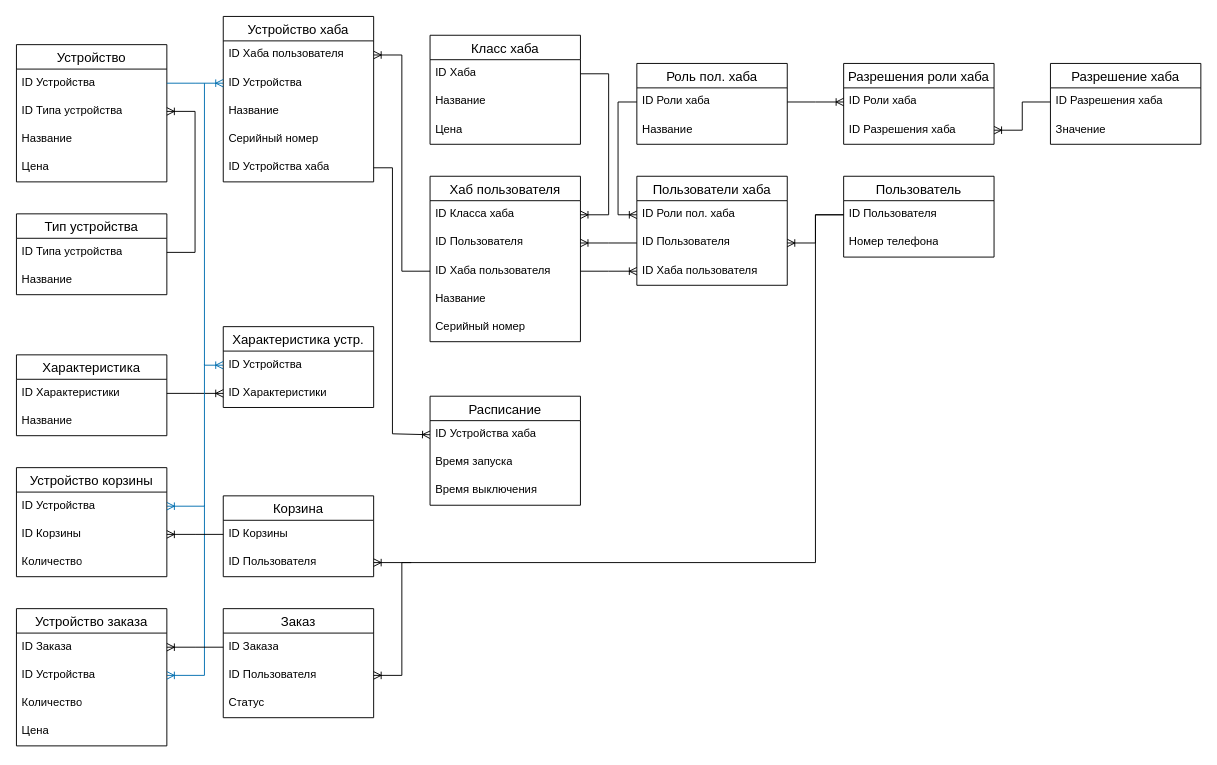
Before: systems-engineering/er-diagram.drawio in mkstas/LearningVyatSu, a draw.io diagram. Source tidied: cells renumbered, new cells numbered last; positions are measured from the earlier drawing's top-left corner, leaving out a move shared by most shapes. Both pictures are drawn from the tidied source at 94%, with x=0, y=0 at pixel (16, 16).
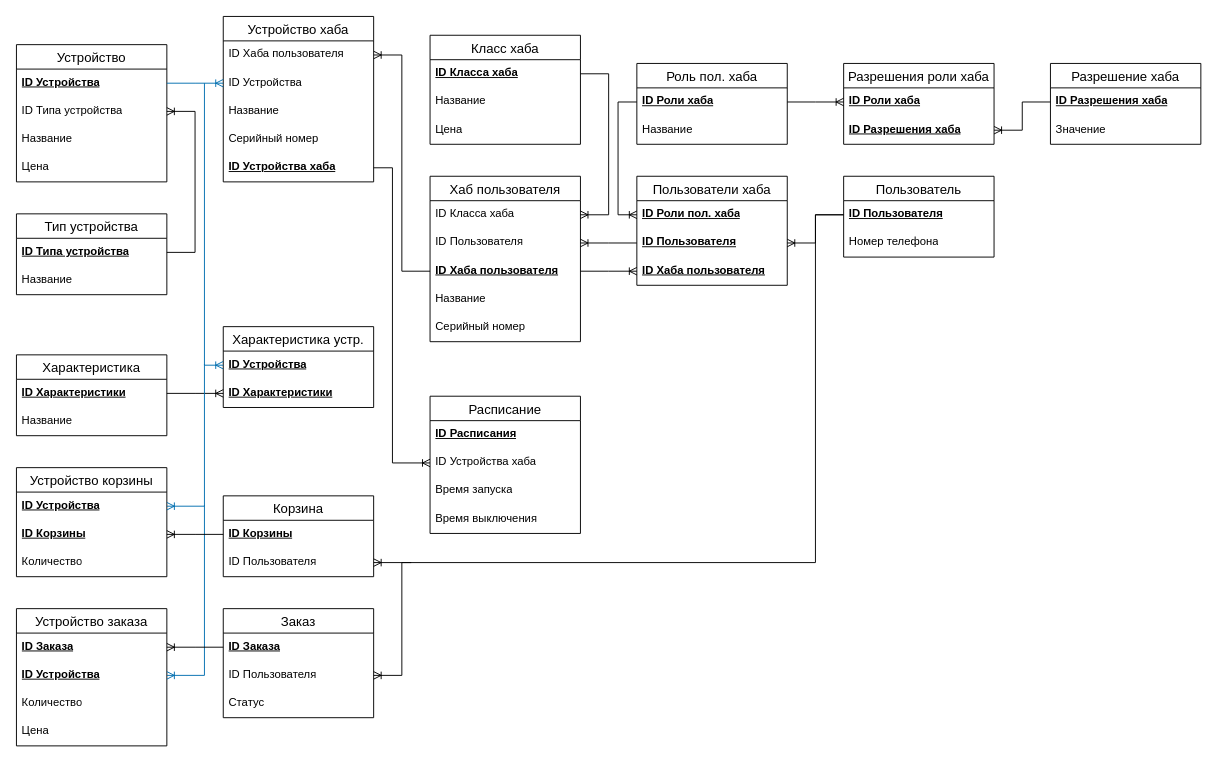
Above is the later version.

The change refers to these unchanged cells:
```xml
<mxCell id="2" value="Тип устройства" style="swimlane;fontStyle=0;horizontal=1;startSize=26;align=center;fontSize=14;" parent="1" vertex="1">
  <mxGeometry y="210" width="160" height="86" as="geometry" />
</mxCell>
<mxCell id="5" value="Устройство" style="swimlane;fontStyle=0;horizontal=1;startSize=26;align=center;fontSize=14;" parent="1" vertex="1">
  <mxGeometry y="30" width="160" height="146" as="geometry" />
</mxCell>
<mxCell id="10" value="Класс хаба" style="swimlane;fontStyle=0;horizontal=1;startSize=26;align=center;fontSize=14;" parent="1" vertex="1">
  <mxGeometry x="440" y="20" width="160" height="116" as="geometry" />
</mxCell>
<mxCell id="14" value="Устройство хаба" style="swimlane;fontStyle=0;horizontal=1;startSize=26;align=center;fontSize=14;" parent="1" vertex="1">
  <mxGeometry x="220" width="160" height="176" as="geometry" />
</mxCell>
<mxCell id="20" value="Пользователь" style="swimlane;fontStyle=0;horizontal=1;startSize=26;align=center;fontSize=14;" parent="1" vertex="1">
  <mxGeometry x="880" y="170" width="160" height="86" as="geometry" />
</mxCell>
<mxCell id="23" value="Хаб пользователя" style="swimlane;fontStyle=0;horizontal=1;startSize=26;align=center;fontSize=14;" parent="1" vertex="1">
  <mxGeometry x="440" y="170" width="160" height="176" as="geometry" />
</mxCell>
<mxCell id="32" value="Пользователи хаба" style="swimlane;fontStyle=0;horizontal=1;startSize=26;align=center;fontSize=14;" parent="1" vertex="1">
  <mxGeometry x="660" y="170" width="160" height="116" as="geometry" />
</mxCell>
<mxCell id="36" value="Роль пол. хаба" style="swimlane;fontStyle=0;horizontal=1;startSize=26;align=center;fontSize=14;" parent="1" vertex="1">
  <mxGeometry x="660" y="50" width="160" height="86" as="geometry" />
</mxCell>
<mxCell id="41" value="Разрешение хаба" style="swimlane;fontStyle=0;horizontal=1;startSize=26;align=center;fontSize=14;" parent="1" vertex="1">
  <mxGeometry x="1100" y="50" width="160" height="86" as="geometry" />
</mxCell>
<mxCell id="44" value="Разрешения роли хаба" style="swimlane;fontStyle=0;horizontal=1;startSize=26;align=center;fontSize=14;" parent="1" vertex="1">
  <mxGeometry x="880" y="50" width="160" height="86" as="geometry" />
</mxCell>
<mxCell id="49" value="Характеристика" style="swimlane;fontStyle=0;horizontal=1;startSize=26;align=center;fontSize=14;" parent="1" vertex="1">
  <mxGeometry y="360" width="160" height="86" as="geometry" />
</mxCell>
<mxCell id="52" value="Характеристика устр." style="swimlane;fontStyle=0;horizontal=1;startSize=26;align=center;fontSize=14;" parent="1" vertex="1">
  <mxGeometry x="220" y="330" width="160" height="86" as="geometry" />
</mxCell>
<mxCell id="63" value="Устройство корзины" style="swimlane;fontStyle=0;horizontal=1;startSize=26;align=center;fontSize=14;" parent="1" vertex="1">
  <mxGeometry y="480" width="160" height="116" as="geometry" />
</mxCell>
<mxCell id="67" value="Корзина" style="swimlane;fontStyle=0;horizontal=1;startSize=26;align=center;fontSize=14;" parent="1" vertex="1">
  <mxGeometry x="220" y="510" width="160" height="86" as="geometry" />
</mxCell>
<mxCell id="71" value="Устройство заказа" style="swimlane;fontStyle=0;horizontal=1;startSize=26;align=center;fontSize=14;" parent="1" vertex="1">
  <mxGeometry y="630" width="160" height="146" as="geometry" />
</mxCell>
<mxCell id="77" value="Заказ" style="swimlane;fontStyle=0;horizontal=1;startSize=26;align=center;fontSize=14;" parent="1" vertex="1">
  <mxGeometry x="220" y="630" width="160" height="116" as="geometry" />
</mxCell>
```

Diff of the diagram source:
```diff
@@
-    <mxCell id="3" value="ID Типа устройства" style="text;strokeColor=none;fillColor=none;spacingLeft=4;spacingRight=4;overflow=hidden;points=[[0,0.5],[1,0.5]];portConstraint=eastwest;fontSize=12;whiteSpace=wrap;html=1;" parent="2" vertex="1">
+    <mxCell id="3" value="ID Типа устройства" style="text;strokeColor=none;fillColor=none;spacingLeft=4;spacingRight=4;overflow=hidden;points=[[0,0.5],[1,0.5]];portConstraint=eastwest;fontSize=12;whiteSpace=wrap;html=1;fontStyle=5;" parent="2" vertex="1">
       <mxGeometry y="26" width="160" height="30" as="geometry" />
     </mxCell>
@@
-    <mxCell id="6" value="ID Устройства" style="text;strokeColor=none;fillColor=none;spacingLeft=4;spacingRight=4;overflow=hidden;points=[[0,0.5],[1,0.5]];portConstraint=eastwest;fontSize=12;whiteSpace=wrap;html=1;" parent="5" vertex="1">
+    <mxCell id="6" value="ID Устройства" style="text;strokeColor=none;fillColor=none;spacingLeft=4;spacingRight=4;overflow=hidden;points=[[0,0.5],[1,0.5]];portConstraint=eastwest;fontSize=12;whiteSpace=wrap;html=1;fontStyle=5;" parent="5" vertex="1">
       <mxGeometry y="26" width="160" height="30" as="geometry" />
     </mxCell>
@@
-    <mxCell id="11" value="ID Хаба" style="text;strokeColor=none;fillColor=none;spacingLeft=4;spacingRight=4;overflow=hidden;points=[[0,0.5],[1,0.5]];portConstraint=eastwest;fontSize=12;whiteSpace=wrap;html=1;" parent="10" vertex="1">
+    <mxCell id="11" value="ID Класса хаба" style="text;strokeColor=none;fillColor=none;spacingLeft=4;spacingRight=4;overflow=hidden;points=[[0,0.5],[1,0.5]];portConstraint=eastwest;fontSize=12;whiteSpace=wrap;html=1;fontStyle=5;" parent="10" vertex="1">
       <mxGeometry y="26" width="160" height="30" as="geometry" />
     </mxCell>
@@
-    <mxCell id="19" value="ID Устройства хаба" style="text;strokeColor=none;fillColor=none;spacingLeft=4;spacingRight=4;overflow=hidden;points=[[0,0.5],[1,0.5]];portConstraint=eastwest;fontSize=12;whiteSpace=wrap;html=1;" parent="14" vertex="1">
+    <mxCell id="19" value="ID Устройства хаба" style="text;strokeColor=none;fillColor=none;spacingLeft=4;spacingRight=4;overflow=hidden;points=[[0,0.5],[1,0.5]];portConstraint=eastwest;fontSize=12;whiteSpace=wrap;html=1;fontStyle=5;" parent="14" vertex="1">
       <mxGeometry y="146" width="160" height="30" as="geometry" />
     </mxCell>
@@
-    <mxCell id="21" value="ID Пользователя" style="text;strokeColor=none;fillColor=none;spacingLeft=4;spacingRight=4;overflow=hidden;points=[[0,0.5],[1,0.5]];portConstraint=eastwest;fontSize=12;whiteSpace=wrap;html=1;" parent="20" vertex="1">
+    <mxCell id="21" value="ID Пользователя" style="text;strokeColor=none;fillColor=none;spacingLeft=4;spacingRight=4;overflow=hidden;points=[[0,0.5],[1,0.5]];portConstraint=eastwest;fontSize=12;whiteSpace=wrap;html=1;fontStyle=5;" parent="20" vertex="1">
       <mxGeometry y="26" width="160" height="30" as="geometry" />
     </mxCell>
@@
-    <mxCell id="26" value="ID Хаба пользователя" style="text;strokeColor=none;fillColor=none;spacingLeft=4;spacingRight=4;overflow=hidden;points=[[0,0.5],[1,0.5]];portConstraint=eastwest;fontSize=12;whiteSpace=wrap;html=1;" parent="23" vertex="1">
+    <mxCell id="26" value="ID Хаба пользователя" style="text;strokeColor=none;fillColor=none;spacingLeft=4;spacingRight=4;overflow=hidden;points=[[0,0.5],[1,0.5]];portConstraint=eastwest;fontSize=12;whiteSpace=wrap;html=1;fontStyle=5;" parent="23" vertex="1">
       <mxGeometry y="86" width="160" height="30" as="geometry" />
     </mxCell>
@@
-    <mxCell id="33" value="ID Роли пол. хаба" style="text;strokeColor=none;fillColor=none;spacingLeft=4;spacingRight=4;overflow=hidden;points=[[0,0.5],[1,0.5]];portConstraint=eastwest;fontSize=12;whiteSpace=wrap;html=1;" parent="32" vertex="1">
+    <mxCell id="33" value="ID Роли пол. хаба" style="text;strokeColor=none;fillColor=none;spacingLeft=4;spacingRight=4;overflow=hidden;points=[[0,0.5],[1,0.5]];portConstraint=eastwest;fontSize=12;whiteSpace=wrap;html=1;fontStyle=5;" parent="32" vertex="1">
       <mxGeometry y="26" width="160" height="30" as="geometry" />
     </mxCell>
-    <mxCell id="34" value="ID Пользователя" style="text;strokeColor=none;fillColor=none;spacingLeft=4;spacingRight=4;overflow=hidden;points=[[0,0.5],[1,0.5]];portConstraint=eastwest;fontSize=12;whiteSpace=wrap;html=1;" parent="32" vertex="1">
+    <mxCell id="34" value="ID Пользователя" style="text;strokeColor=none;fillColor=none;spacingLeft=4;spacingRight=4;overflow=hidden;points=[[0,0.5],[1,0.5]];portConstraint=eastwest;fontSize=12;whiteSpace=wrap;html=1;fontStyle=5;" parent="32" vertex="1">
       <mxGeometry y="56" width="160" height="30" as="geometry" />
     </mxCell>
-    <mxCell id="35" value="ID Хаба пользователя" style="text;strokeColor=none;fillColor=none;spacingLeft=4;spacingRight=4;overflow=hidden;points=[[0,0.5],[1,0.5]];portConstraint=eastwest;fontSize=12;whiteSpace=wrap;html=1;" parent="32" vertex="1">
+    <mxCell id="35" value="ID Хаба пользователя" style="text;strokeColor=none;fillColor=none;spacingLeft=4;spacingRight=4;overflow=hidden;points=[[0,0.5],[1,0.5]];portConstraint=eastwest;fontSize=12;whiteSpace=wrap;html=1;fontStyle=5;" parent="32" vertex="1">
       <mxGeometry y="86" width="160" height="30" as="geometry" />
     </mxCell>
@@
-    <mxCell id="37" value="ID Роли хаба" style="text;strokeColor=none;fillColor=none;spacingLeft=4;spacingRight=4;overflow=hidden;points=[[0,0.5],[1,0.5]];portConstraint=eastwest;fontSize=12;whiteSpace=wrap;html=1;" parent="36" vertex="1">
+    <mxCell id="37" value="ID Роли хаба" style="text;strokeColor=none;fillColor=none;spacingLeft=4;spacingRight=4;overflow=hidden;points=[[0,0.5],[1,0.5]];portConstraint=eastwest;fontSize=12;whiteSpace=wrap;html=1;fontStyle=5;" parent="36" vertex="1">
       <mxGeometry y="26" width="160" height="30" as="geometry" />
     </mxCell>
@@
-    <mxCell id="42" value="ID Разрешения хаба" style="text;strokeColor=none;fillColor=none;spacingLeft=4;spacingRight=4;overflow=hidden;points=[[0,0.5],[1,0.5]];portConstraint=eastwest;fontSize=12;whiteSpace=wrap;html=1;" parent="41" vertex="1">
+    <mxCell id="42" value="ID Разрешения хаба" style="text;strokeColor=none;fillColor=none;spacingLeft=4;spacingRight=4;overflow=hidden;points=[[0,0.5],[1,0.5]];portConstraint=eastwest;fontSize=12;whiteSpace=wrap;html=1;fontStyle=5;" parent="41" vertex="1">
       <mxGeometry y="26" width="160" height="30" as="geometry" />
     </mxCell>
@@
-    <mxCell id="45" value="ID Роли хаба" style="text;strokeColor=none;fillColor=none;spacingLeft=4;spacingRight=4;overflow=hidden;points=[[0,0.5],[1,0.5]];portConstraint=eastwest;fontSize=12;whiteSpace=wrap;html=1;" parent="44" vertex="1">
+    <mxCell id="45" value="ID Роли хаба" style="text;strokeColor=none;fillColor=none;spacingLeft=4;spacingRight=4;overflow=hidden;points=[[0,0.5],[1,0.5]];portConstraint=eastwest;fontSize=12;whiteSpace=wrap;html=1;fontStyle=5;" parent="44" vertex="1">
       <mxGeometry y="26" width="160" height="30" as="geometry" />
     </mxCell>
-    <mxCell id="46" value="ID Разрешения хаба" style="text;strokeColor=none;fillColor=none;spacingLeft=4;spacingRight=4;overflow=hidden;points=[[0,0.5],[1,0.5]];portConstraint=eastwest;fontSize=12;whiteSpace=wrap;html=1;" parent="44" vertex="1">
+    <mxCell id="46" value="ID Разрешения хаба" style="text;strokeColor=none;fillColor=none;spacingLeft=4;spacingRight=4;overflow=hidden;points=[[0,0.5],[1,0.5]];portConstraint=eastwest;fontSize=12;whiteSpace=wrap;html=1;fontStyle=5;" parent="44" vertex="1">
       <mxGeometry y="56" width="160" height="30" as="geometry" />
     </mxCell>
@@
-    <mxCell id="50" value="ID Характеристики" style="text;strokeColor=none;fillColor=none;spacingLeft=4;spacingRight=4;overflow=hidden;points=[[0,0.5],[1,0.5]];portConstraint=eastwest;fontSize=12;whiteSpace=wrap;html=1;" parent="49" vertex="1">
+    <mxCell id="50" value="ID Характеристики" style="text;strokeColor=none;fillColor=none;spacingLeft=4;spacingRight=4;overflow=hidden;points=[[0,0.5],[1,0.5]];portConstraint=eastwest;fontSize=12;whiteSpace=wrap;html=1;fontStyle=5;" parent="49" vertex="1">
       <mxGeometry y="26" width="160" height="30" as="geometry" />
     </mxCell>
@@
-    <mxCell id="53" value="ID Устройства" style="text;strokeColor=none;fillColor=none;spacingLeft=4;spacingRight=4;overflow=hidden;points=[[0,0.5],[1,0.5]];portConstraint=eastwest;fontSize=12;whiteSpace=wrap;html=1;" parent="52" vertex="1">
+    <mxCell id="53" value="ID Устройства" style="text;strokeColor=none;fillColor=none;spacingLeft=4;spacingRight=4;overflow=hidden;points=[[0,0.5],[1,0.5]];portConstraint=eastwest;fontSize=12;whiteSpace=wrap;html=1;fontStyle=5;" parent="52" vertex="1">
       <mxGeometry y="26" width="160" height="30" as="geometry" />
     </mxCell>
-    <mxCell id="54" value="ID Характеристики" style="text;strokeColor=none;fillColor=none;spacingLeft=4;spacingRight=4;overflow=hidden;points=[[0,0.5],[1,0.5]];portConstraint=eastwest;fontSize=12;whiteSpace=wrap;html=1;" parent="52" vertex="1">
+    <mxCell id="54" value="ID Характеристики" style="text;strokeColor=none;fillColor=none;spacingLeft=4;spacingRight=4;overflow=hidden;points=[[0,0.5],[1,0.5]];portConstraint=eastwest;fontSize=12;whiteSpace=wrap;html=1;fontStyle=5;" parent="52" vertex="1">
       <mxGeometry y="56" width="160" height="30" as="geometry" />
     </mxCell>
@@
     <mxCell id="57" value="Расписание" style="swimlane;fontStyle=0;horizontal=1;startSize=26;align=center;fontSize=14;" parent="1" vertex="1">
-      <mxGeometry x="440" y="404" width="160" height="116" as="geometry" />
+      <mxGeometry x="440" y="404" width="160" height="146" as="geometry" />
     </mxCell>
+    <mxCell id="87" value="ID Расписания" style="text;strokeColor=none;fillColor=none;spacingLeft=4;spacingRight=4;overflow=hidden;fontSize=12;whiteSpace=wrap;html=1;fontStyle=5;" parent="57" vertex="1">
+      <mxGeometry y="26" width="160" height="30" as="geometry" />
+    </mxCell>
     <mxCell id="58" value="ID Устройства хаба" style="text;strokeColor=none;fillColor=none;spacingLeft=4;spacingRight=4;overflow=hidden;points=[[0,0.5],[1,0.5]];portConstraint=eastwest;fontSize=12;whiteSpace=wrap;html=1;" parent="57" vertex="1">
-      <mxGeometry y="26" width="160" height="30" as="geometry" />
+      <mxGeometry y="56" width="160" height="30" as="geometry" />
     </mxCell>
     <mxCell id="59" value="Время запуска" style="text;strokeColor=none;fillColor=none;spacingLeft=4;spacingRight=4;overflow=hidden;fontSize=12;whiteSpace=wrap;html=1;" parent="57" vertex="1">
-      <mxGeometry y="56" width="160" height="30" as="geometry" />
+      <mxGeometry y="86" width="160" height="30" as="geometry" />
     </mxCell>
     <mxCell id="60" value="Время выключения" style="text;strokeColor=none;fillColor=none;spacingLeft=4;spacingRight=4;overflow=hidden;fontSize=12;whiteSpace=wrap;html=1;" parent="57" vertex="1">
-      <mxGeometry y="86" width="160" height="30" as="geometry" />
+      <mxGeometry y="116" width="160" height="30" as="geometry" />
     </mxCell>
@@
     <mxCell id="62" style="endArrow=none;html=1;rounded=0;entryX=1;entryY=0.5;entryDx=0;entryDy=0;exitX=0;exitY=0.5;exitDx=0;exitDy=0;startArrow=ERoneToMany;startFill=0;" parent="1" edge="1" source="58" target="19">
       <mxGeometry relative="1" as="geometry">
         <Array as="points">
-          <mxPoint x="400" y="444" />
+          <mxPoint x="400" y="475" />
           <mxPoint x="400" y="161" />
         </Array>
       </mxGeometry>
     </mxCell>
@@
-    <mxCell id="64" value="ID Устройства" style="text;strokeColor=none;fillColor=none;spacingLeft=4;spacingRight=4;overflow=hidden;points=[[0,0.5],[1,0.5]];portConstraint=eastwest;fontSize=12;whiteSpace=wrap;html=1;" parent="63" vertex="1">
+    <mxCell id="64" value="ID Устройства" style="text;strokeColor=none;fillColor=none;spacingLeft=4;spacingRight=4;overflow=hidden;points=[[0,0.5],[1,0.5]];portConstraint=eastwest;fontSize=12;whiteSpace=wrap;html=1;fontStyle=5;" parent="63" vertex="1">
       <mxGeometry y="26" width="160" height="30" as="geometry" />
     </mxCell>
-    <mxCell id="65" value="ID Корзины" style="text;strokeColor=none;fillColor=none;spacingLeft=4;spacingRight=4;overflow=hidden;points=[[0,0.5],[1,0.5]];portConstraint=eastwest;fontSize=12;whiteSpace=wrap;html=1;" parent="63" vertex="1">
+    <mxCell id="65" value="ID Корзины" style="text;strokeColor=none;fillColor=none;spacingLeft=4;spacingRight=4;overflow=hidden;points=[[0,0.5],[1,0.5]];portConstraint=eastwest;fontSize=12;whiteSpace=wrap;html=1;fontStyle=5;" parent="63" vertex="1">
       <mxGeometry y="56" width="160" height="30" as="geometry" />
     </mxCell>
@@
-    <mxCell id="68" value="ID Корзины" style="text;strokeColor=none;fillColor=none;spacingLeft=4;spacingRight=4;overflow=hidden;points=[[0,0.5],[1,0.5]];portConstraint=eastwest;fontSize=12;whiteSpace=wrap;html=1;" parent="67" vertex="1">
+    <mxCell id="68" value="ID Корзины" style="text;strokeColor=none;fillColor=none;spacingLeft=4;spacingRight=4;overflow=hidden;points=[[0,0.5],[1,0.5]];portConstraint=eastwest;fontSize=12;whiteSpace=wrap;html=1;fontStyle=5;" parent="67" vertex="1">
       <mxGeometry y="26" width="160" height="30" as="geometry" />
     </mxCell>
@@
-    <mxCell id="72" value="ID Заказа" style="text;strokeColor=none;fillColor=none;spacingLeft=4;spacingRight=4;overflow=hidden;points=[[0,0.5],[1,0.5]];portConstraint=eastwest;fontSize=12;whiteSpace=wrap;html=1;" parent="71" vertex="1">
+    <mxCell id="72" value="ID Заказа" style="text;strokeColor=none;fillColor=none;spacingLeft=4;spacingRight=4;overflow=hidden;points=[[0,0.5],[1,0.5]];portConstraint=eastwest;fontSize=12;whiteSpace=wrap;html=1;fontStyle=5;" parent="71" vertex="1">
       <mxGeometry y="26" width="160" height="30" as="geometry" />
     </mxCell>
-    <mxCell id="73" value="ID Устройства" style="text;strokeColor=none;fillColor=none;spacingLeft=4;spacingRight=4;overflow=hidden;points=[[0,0.5],[1,0.5]];portConstraint=eastwest;fontSize=12;whiteSpace=wrap;html=1;" parent="71" vertex="1">
+    <mxCell id="73" value="ID Устройства" style="text;strokeColor=none;fillColor=none;spacingLeft=4;spacingRight=4;overflow=hidden;points=[[0,0.5],[1,0.5]];portConstraint=eastwest;fontSize=12;whiteSpace=wrap;html=1;fontStyle=5;" parent="71" vertex="1">
       <mxGeometry y="56" width="160" height="30" as="geometry" />
     </mxCell>
@@
-    <mxCell id="78" value="ID Заказа" style="text;strokeColor=none;fillColor=none;spacingLeft=4;spacingRight=4;overflow=hidden;points=[[0,0.5],[1,0.5]];portConstraint=eastwest;fontSize=12;whiteSpace=wrap;html=1;" parent="77" vertex="1">
+    <mxCell id="78" value="ID Заказа" style="text;strokeColor=none;fillColor=none;spacingLeft=4;spacingRight=4;overflow=hidden;points=[[0,0.5],[1,0.5]];portConstraint=eastwest;fontSize=12;whiteSpace=wrap;html=1;fontStyle=5;" parent="77" vertex="1">
       <mxGeometry y="26" width="160" height="30" as="geometry" />
     </mxCell>
```
